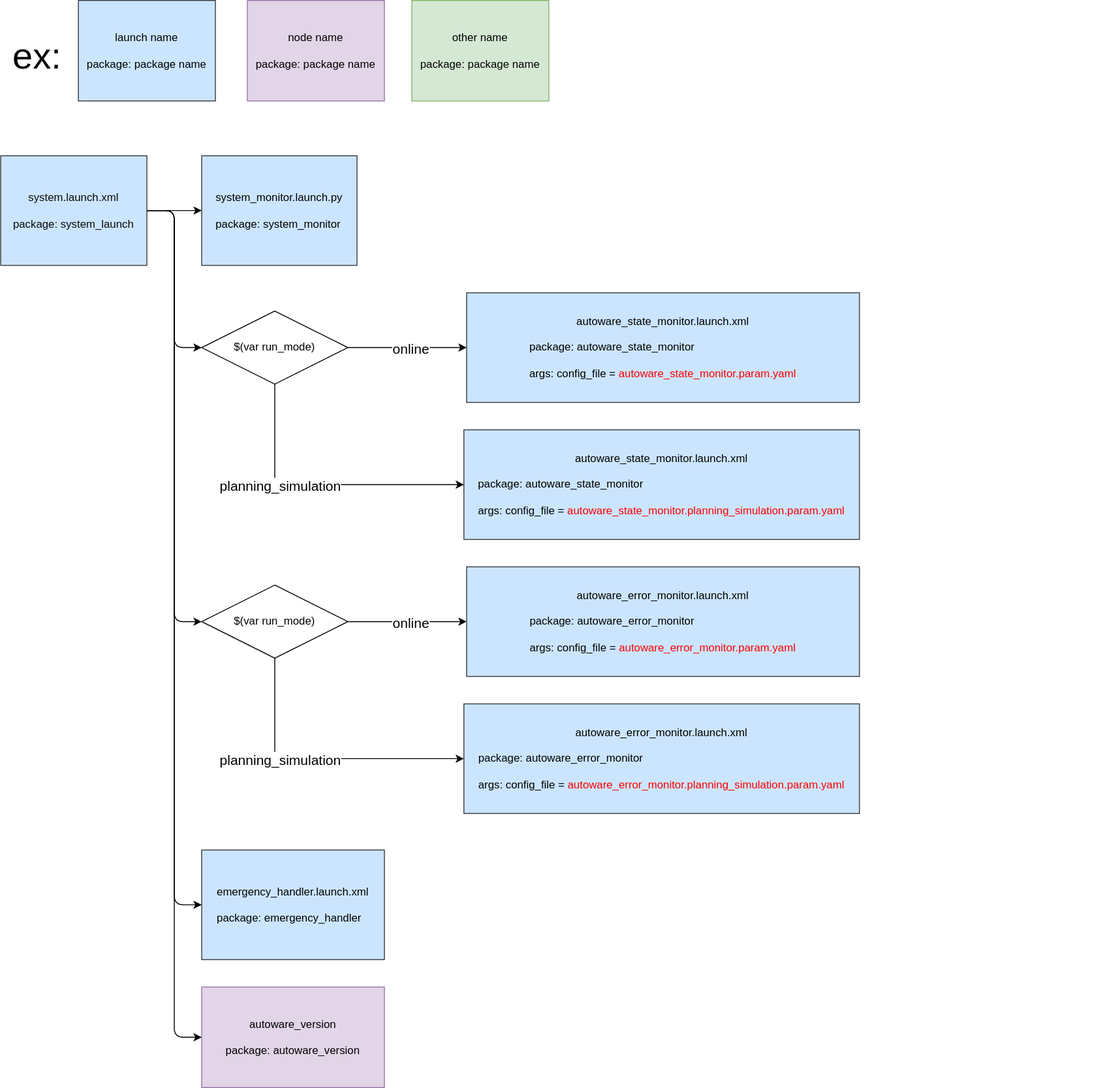
autowarefoundation/autoware_launch keeps this draw.io diagram as system_launch/system_launch.drawio.svg. Above is the earlier version. Source tidied: cells renumbered, new cells last; positions are measured from the earlier drawing's top-left corner, leaving out a move shared by most shapes.
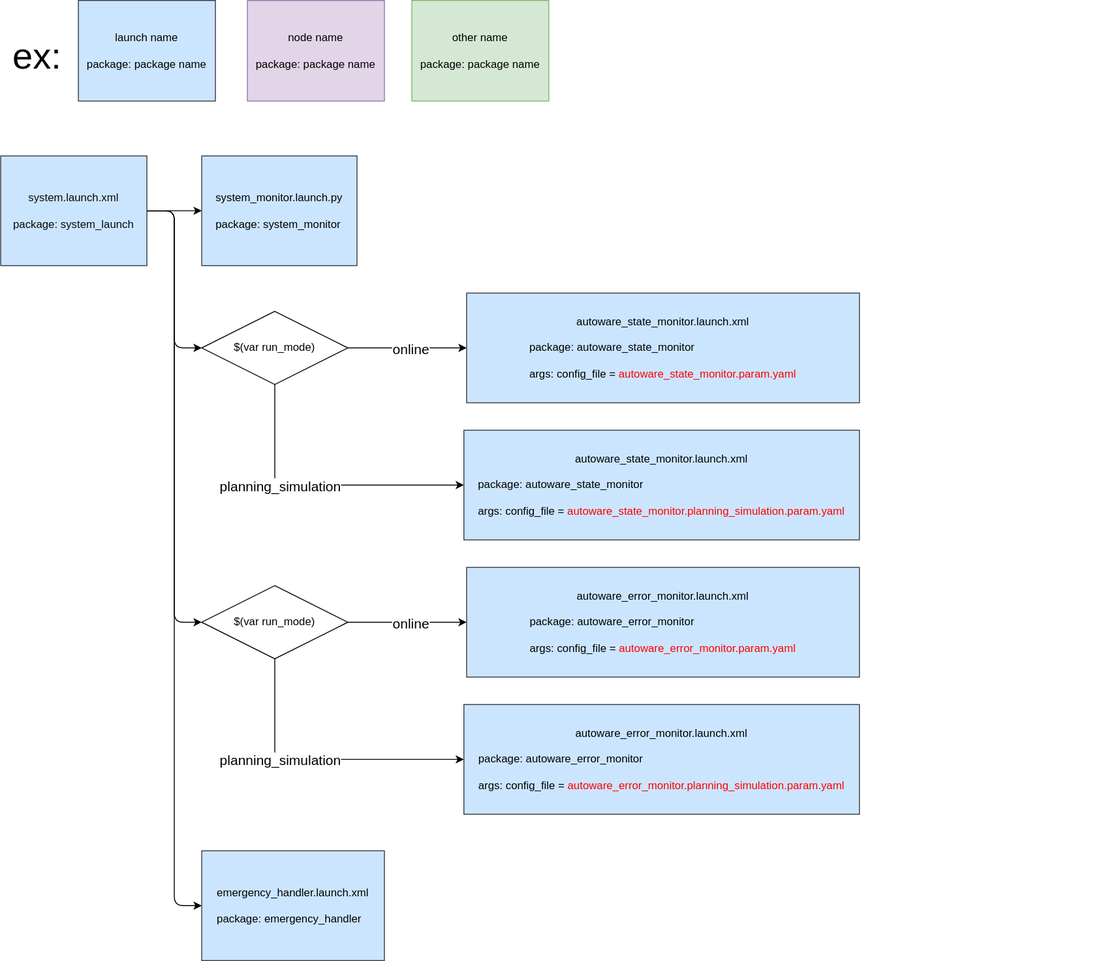
Above is the later version.

Commit message:
Feature/autoware api autoware versions (#438)

Diff of the diagram source:
```diff
@@ -117,16 +117,5 @@
         </Array>
       </mxGeometry>
     </mxCell>
-    <mxCell id="28" value="autoware_version&lt;br&gt;&lt;br&gt;&lt;div style=&quot;text-align: left&quot;&gt;&lt;span&gt;package: autoware_version&lt;/span&gt;&lt;/div&gt;" style="rounded=0;whiteSpace=wrap;html=1;fillColor=#e1d5e7;strokeColor=#9673a6;fontColor=#000000;" parent="1" vertex="1">
-      <mxGeometry x="220" y="1080" width="200" height="110" as="geometry" />
-    </mxCell>
-    <mxCell id="29" style="endArrow=classic;html=1;exitX=1;exitY=0.5;exitDx=0;exitDy=0;entryX=0;entryY=0.5;entryDx=0;entryDy=0;" parent="1" edge="1" source="2" target="28">
-      <mxGeometry relative="1" as="geometry">
-        <Array as="points">
-          <mxPoint x="190" y="230" />
-          <mxPoint x="190" y="1135" />
-        </Array>
-      </mxGeometry>
-    </mxCell>
   </root>
 </mxGraphModel>
```
